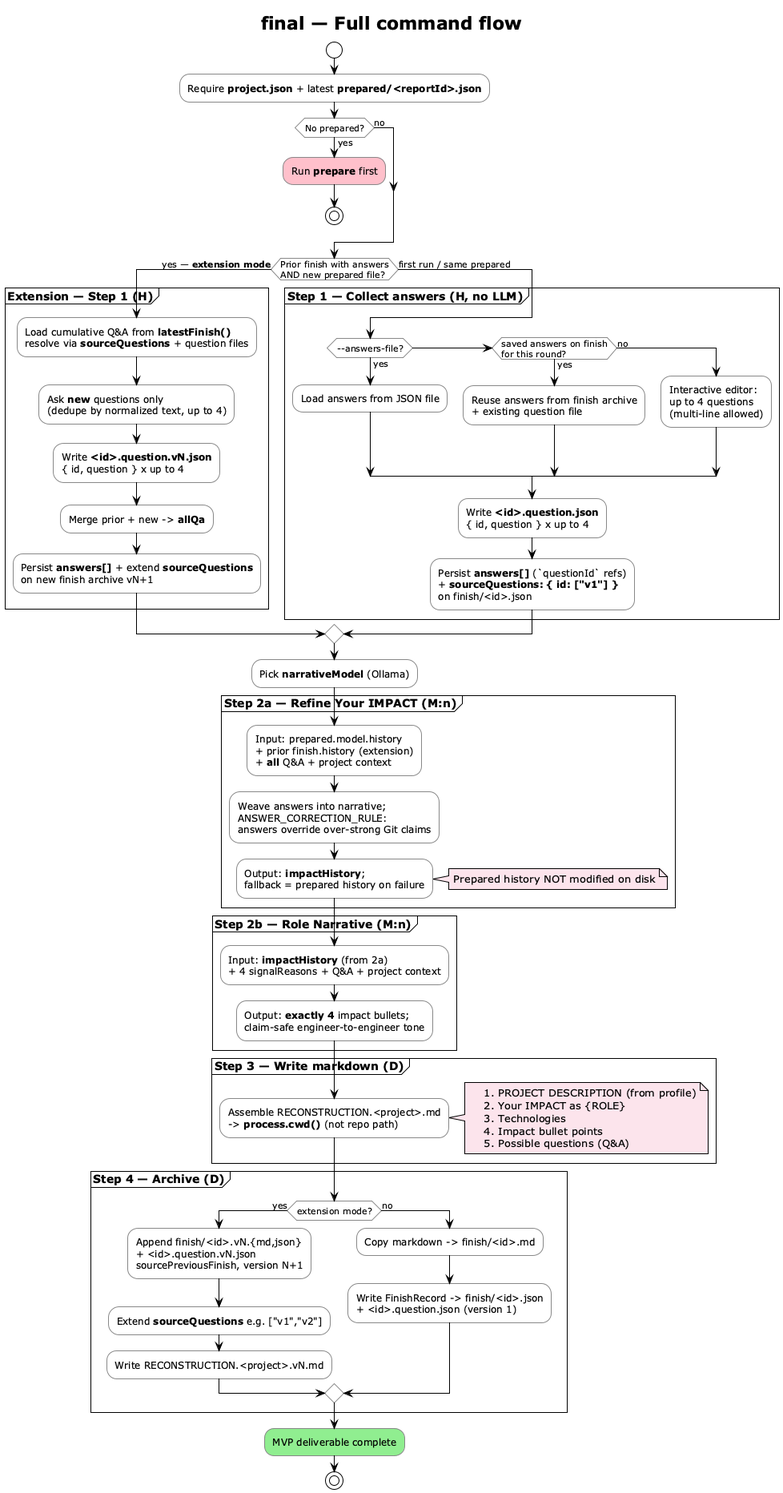
Earlier version of the PlantUML export img/final-command.png (vzakharchenko/dev-workgraph).
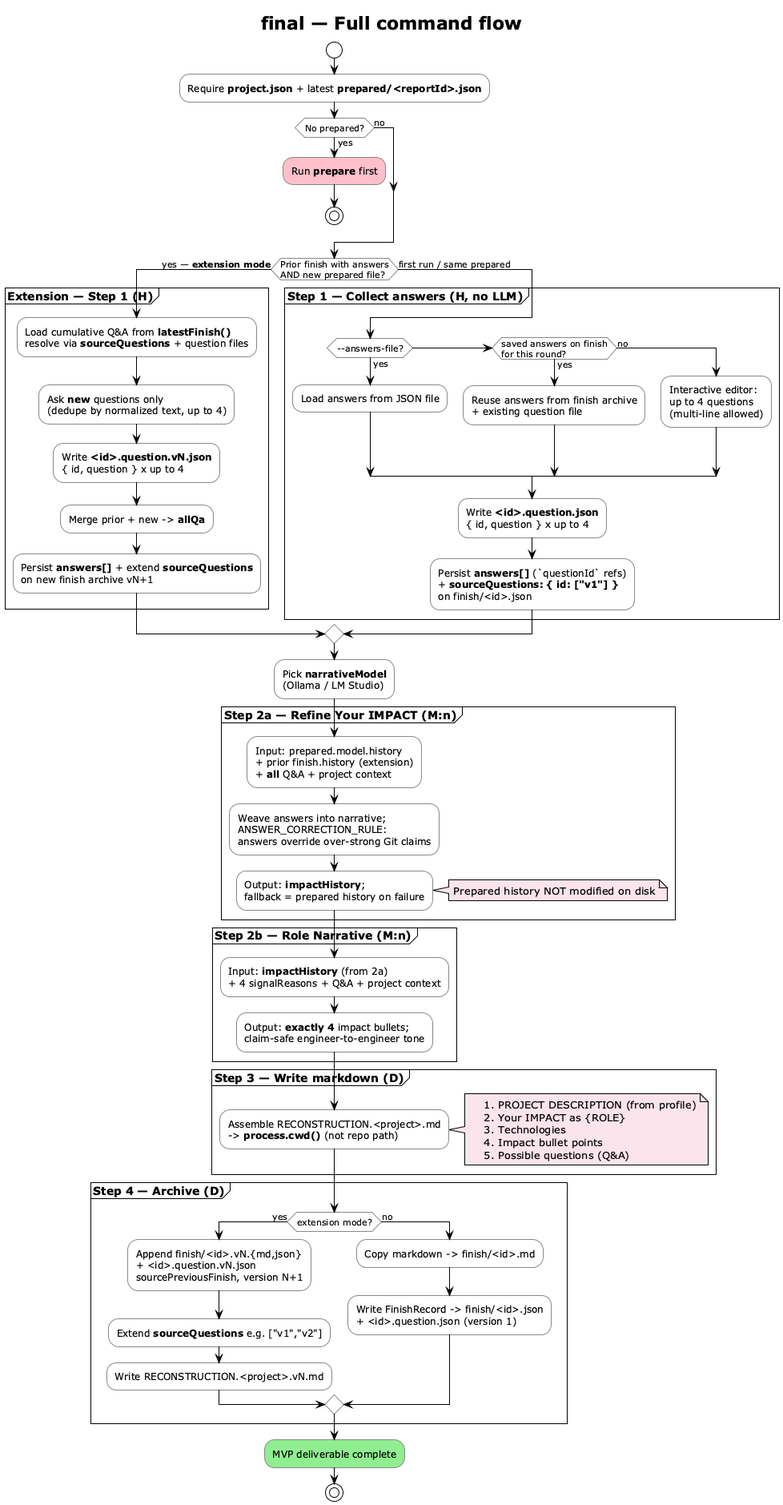
Later version of the same file.

Diff of the diagram source:
```diff
@@ -38,7 +38,7 @@
   }
 endif
 
-:Pick **narrativeModel** (Ollama);
+:Pick **narrativeModel**\n(Ollama / LM Studio);
 
 partition "**Step 2a — Refine Your IMPACT (M:n)**" {
   :Input: prepared.model.history\n+ prior finish.history (extension)\n+ **all** Q&A + project context;
```
